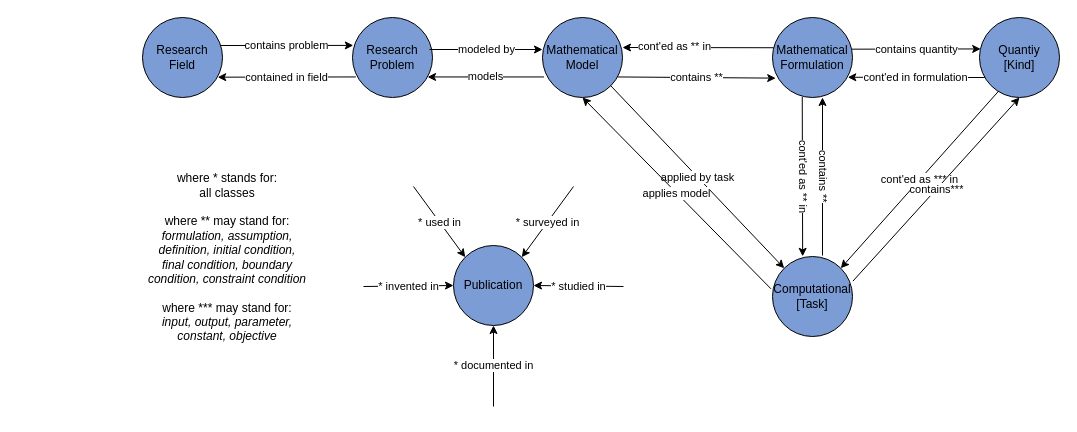
Before: docs/customSections/images/MathModDB.drawio in MaRDI4NFDI/MathModDB, a draw.io diagram. Source tidied: cells renumbered, new cells numbered last; positions are measured from the earlier drawing's top-left corner, leaving out a move shared by most shapes. Both pictures are drawn from the tidied source at 100%, with x=0, y=0 at pixel (62, 17).
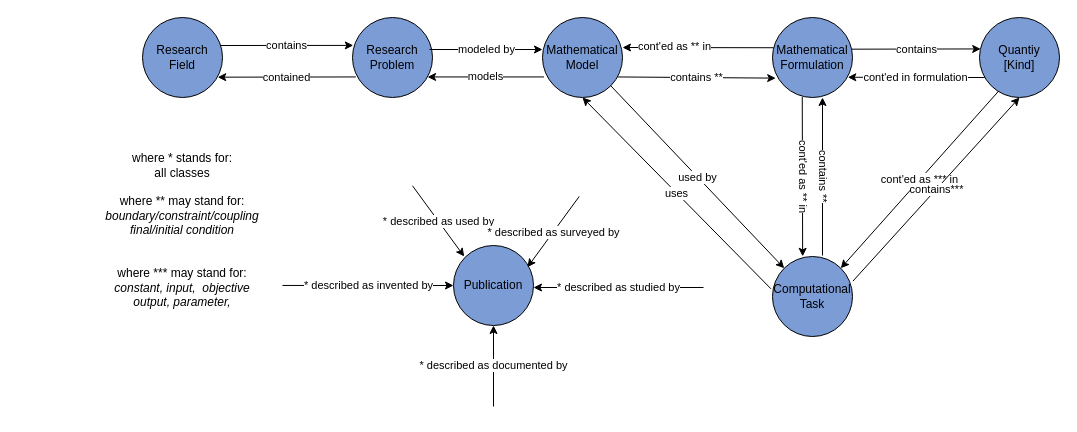
The same diagram, later.

Unchanged cells that the change refers to:
```xml
<mxCell id="2" value="Research&lt;br&gt;&lt;div&gt;Field&lt;/div&gt;" style="ellipse;whiteSpace=wrap;html=1;fillColor=#7c9cd6;" parent="1" vertex="1">
  <mxGeometry x="80" width="80" height="80" as="geometry" />
</mxCell>
<mxCell id="3" value="Research&lt;br&gt;&lt;div&gt;Problem&lt;/div&gt;" style="ellipse;whiteSpace=wrap;html=1;fillColor=#7c9cd6;" parent="1" vertex="1">
  <mxGeometry x="290" width="80" height="80" as="geometry" />
</mxCell>
<mxCell id="4" value="Mathematical&lt;br&gt;Model" style="ellipse;whiteSpace=wrap;html=1;fillColor=#7c9cd6;" parent="1" vertex="1">
  <mxGeometry x="480" width="80" height="80" as="geometry" />
</mxCell>
<mxCell id="5" value="Mathematical&lt;br&gt;Formulation" style="ellipse;whiteSpace=wrap;html=1;fillColor=#7c9cd6;" parent="1" vertex="1">
  <mxGeometry x="710" width="80" height="80" as="geometry" />
</mxCell>
<mxCell id="6" value="Quantiy&lt;br&gt;[Kind]" style="ellipse;whiteSpace=wrap;html=1;fillColor=#7c9cd6;" parent="1" vertex="1">
  <mxGeometry x="917" width="80" height="80" as="geometry" />
</mxCell>
<mxCell id="22" value="Publication" style="ellipse;whiteSpace=wrap;html=1;fillColor=#7c9cd6;" parent="1" vertex="1">
  <mxGeometry x="391" y="228" width="80" height="80" as="geometry" />
</mxCell>
```

Diff of the diagram source:
```diff
@@
-    <mxCell id="7" value="Computational&lt;br&gt;[Task]" style="ellipse;whiteSpace=wrap;html=1;fillColor=#7c9cd6;" parent="1" vertex="1">
+    <mxCell id="7" value="Computational&lt;br&gt;Task" style="ellipse;whiteSpace=wrap;html=1;fillColor=#7c9cd6;" parent="1" vertex="1">
       <mxGeometry x="710" y="239" width="80" height="80" as="geometry" />
     </mxCell>
-    <mxCell id="8" value="contains problem" style="endArrow=classic;html=1;rounded=0;entryX=0.01;entryY=0.349;entryDx=0;entryDy=0;entryPerimeter=0;" parent="1" edge="1" target="3">
+    <mxCell id="8" value="contains" style="endArrow=classic;html=1;rounded=0;entryX=0.01;entryY=0.349;entryDx=0;entryDy=0;entryPerimeter=0;" parent="1" edge="1" target="3">
       <mxGeometry relative="1" as="geometry">
         <mxPoint x="158" y="28" as="sourcePoint" />
       </mxGeometry>
     </mxCell>
-    <mxCell id="9" value="contained in field" style="endArrow=classic;html=1;rounded=0;exitX=0.042;exitY=0.743;exitDx=0;exitDy=0;exitPerimeter=0;entryX=0.94;entryY=0.746;entryDx=0;entryDy=0;entryPerimeter=0;" parent="1" edge="1" source="3" target="2">
+    <mxCell id="9" value="contained" style="endArrow=classic;html=1;rounded=0;exitX=0.042;exitY=0.743;exitDx=0;exitDy=0;exitPerimeter=0;entryX=0.94;entryY=0.746;entryDx=0;entryDy=0;entryPerimeter=0;" parent="1" edge="1" source="3" target="2">
       <mxGeometry relative="1" as="geometry" />
     </mxCell>
@@
-    <mxCell id="14" value="contains quantity" style="endArrow=classic;html=1;rounded=0;exitX=0.99;exitY=0.396;exitDx=0;exitDy=0;exitPerimeter=0;entryX=0.015;entryY=0.393;entryDx=0;entryDy=0;entryPerimeter=0;" parent="1" edge="1" source="5" target="6">
-      <mxGeometry relative="1" as="geometry" />
+    <mxCell id="14" value="contains" style="endArrow=classic;html=1;rounded=0;exitX=0.99;exitY=0.396;exitDx=0;exitDy=0;exitPerimeter=0;entryX=0.015;entryY=0.393;entryDx=0;entryDy=0;entryPerimeter=0;" parent="1" edge="1" source="5" target="6">
+      <mxGeometry x="0.01" relative="1" as="geometry" />
     </mxCell>
@@
-    <mxCell id="16" value="applied by task" style="endArrow=classic;html=1;rounded=0;exitX=1;exitY=1;exitDx=0;exitDy=0;entryX=0;entryY=0;entryDx=0;entryDy=0;" parent="1" edge="1" source="4" target="7">
+    <mxCell id="16" value="used by" style="endArrow=classic;html=1;rounded=0;exitX=1;exitY=1;exitDx=0;exitDy=0;entryX=0;entryY=0;entryDx=0;entryDy=0;" parent="1" edge="1" source="4" target="7">
       <mxGeometry relative="1" as="geometry" />
     </mxCell>
-    <mxCell id="17" value="applies model" style="endArrow=classic;html=1;rounded=0;exitX=-0.019;exitY=0.404;exitDx=0;exitDy=0;exitPerimeter=0;entryX=0.5;entryY=1;entryDx=0;entryDy=0;" parent="1" edge="1" source="7" target="4">
+    <mxCell id="17" value="uses" style="endArrow=classic;html=1;rounded=0;exitX=-0.019;exitY=0.404;exitDx=0;exitDy=0;exitPerimeter=0;entryX=0.5;entryY=1;entryDx=0;entryDy=0;" parent="1" edge="1" source="7" target="4">
       <mxGeometry relative="1" as="geometry" />
     </mxCell>
@@
-    <mxCell id="23" value="* used in" style="endArrow=classic;html=1;rounded=0;entryX=0;entryY=0;entryDx=0;entryDy=0;" parent="1" edge="1" target="22">
+    <mxCell id="23" value="* described as used by" style="endArrow=classic;html=1;rounded=0;entryX=0;entryY=0;entryDx=0;entryDy=0;" parent="1" edge="1">
       <mxGeometry relative="1" as="geometry">
-        <mxPoint x="351" y="169" as="sourcePoint" />
+        <mxPoint x="350" y="168.3" as="sourcePoint" />
+        <mxPoint x="401.7" y="239" as="targetPoint" />
       </mxGeometry>
     </mxCell>
-    <mxCell id="24" value="* studied in" style="endArrow=classic;html=1;rounded=0;entryX=1;entryY=0.5;entryDx=0;entryDy=0;" parent="1" edge="1" target="22">
+    <mxCell id="24" value="* described as studied by" style="endArrow=classic;html=1;rounded=0;entryX=1;entryY=0.5;entryDx=0;entryDy=0;" parent="1" edge="1">
       <mxGeometry relative="1" as="geometry">
-        <mxPoint x="561" y="269" as="sourcePoint" />
+        <mxPoint x="641" y="270" as="sourcePoint" />
+        <mxPoint x="471" y="270" as="targetPoint" />
       </mxGeometry>
     </mxCell>
-    <mxCell id="25" value="* documented in" style="endArrow=classic;html=1;rounded=0;entryX=0.5;entryY=1;entryDx=0;entryDy=0;" parent="1" edge="1" target="22">
+    <mxCell id="25" value="* described as documented by" style="endArrow=classic;html=1;rounded=0;entryX=0.5;entryY=1;entryDx=0;entryDy=0;" parent="1" edge="1" target="22">
       <mxGeometry relative="1" as="geometry">
         <mxPoint x="431" y="389" as="sourcePoint" />
       </mxGeometry>
     </mxCell>
-    <mxCell id="26" value="* invented in" style="endArrow=classic;html=1;rounded=0;entryX=0;entryY=0.5;entryDx=0;entryDy=0;" parent="1" edge="1" target="22">
-      <mxGeometry relative="1" as="geometry">
-        <mxPoint x="301" y="269" as="sourcePoint" />
-      </mxGeometry>
+    <mxCell id="26" value="* described as invented by" style="endArrow=classic;html=1;rounded=0;entryX=0;entryY=0.5;entryDx=0;entryDy=0;exitX=0.803;exitY=0.718;exitDx=0;exitDy=0;exitPerimeter=0;" parent="1" edge="1" source="28" target="22">
+      <mxGeometry relative="1" as="geometry" />
     </mxCell>
-    <mxCell id="27" value="* surveyed in" style="endArrow=classic;html=1;rounded=0;entryX=1;entryY=0;entryDx=0;entryDy=0;" parent="1" edge="1" target="22">
+    <mxCell id="27" value="* described as surveyed by" style="endArrow=classic;html=1;rounded=0;entryX=1;entryY=0;entryDx=0;entryDy=0;" parent="1" edge="1">
       <mxGeometry relative="1" as="geometry">
-        <mxPoint x="511" y="169" as="sourcePoint" />
+        <mxPoint x="516.7" y="179" as="sourcePoint" />
+        <mxPoint x="465" y="249.7" as="targetPoint" />
       </mxGeometry>
     </mxCell>
-    <mxCell id="28" value="where * stands for:&lt;br&gt;&lt;div&gt;all classes&lt;/div&gt;&lt;div&gt;&lt;br&gt;&lt;/div&gt;where ** may stand for:&lt;br&gt;&lt;i&gt;formulation, assumption,&lt;br&gt;definition, initial condition,&lt;br&gt;final condition, boundary&lt;br&gt;condition, constraint condition&lt;br&gt;&lt;/i&gt;&lt;div&gt;&lt;br&gt;&lt;/div&gt;&lt;div&gt;where *** may stand for:&lt;/div&gt;&lt;i&gt;input, output, parameter,&lt;br&gt;constant, objective&lt;br&gt;&lt;/i&gt;" style="text;html=1;align=center;verticalAlign=middle;whiteSpace=wrap;rounded=0;" parent="1" vertex="1">
-      <mxGeometry y="130" width="330" height="220" as="geometry" />
+    <mxCell id="28" value="where * stands for:&lt;br&gt;&lt;div&gt;all classes&lt;/div&gt;&lt;div&gt;&lt;br&gt;&lt;/div&gt;where ** may stand for:&lt;br&gt;&lt;i&gt;boundary/&lt;/i&gt;&lt;i&gt;constraint/coupling&lt;br&gt;&lt;/i&gt;&lt;i&gt;final/&lt;/i&gt;&lt;i style=&quot;background-color: transparent; color: light-dark(rgb(0, 0, 0), rgb(255, 255, 255));&quot;&gt;initial&amp;nbsp;&lt;/i&gt;&lt;i style=&quot;background-color: transparent; color: light-dark(rgb(0, 0, 0), rgb(255, 255, 255));&quot;&gt;condition&lt;/i&gt;&lt;div&gt;&lt;div&gt;&lt;i&gt;&lt;br&gt;&lt;/i&gt;&lt;div&gt;&lt;br&gt;&lt;/div&gt;&lt;div&gt;where *** may stand for:&lt;/div&gt;&lt;i&gt;constant,&amp;nbsp;&lt;/i&gt;&lt;i&gt;input,&amp;nbsp;&lt;/i&gt;&lt;i style=&quot;background-color: transparent; color: light-dark(rgb(0, 0, 0), rgb(255, 255, 255));&quot;&gt;&amp;nbsp;objective&lt;/i&gt;&lt;/div&gt;&lt;div&gt;&lt;i style=&quot;background-color: transparent; color: light-dark(rgb(0, 0, 0), rgb(255, 255, 255));&quot;&gt;output, parameter,&lt;/i&gt;&lt;/div&gt;&lt;div&gt;&lt;i&gt;&lt;br&gt;&lt;/i&gt;&lt;/div&gt;&lt;/div&gt;" style="text;html=1;align=center;verticalAlign=middle;whiteSpace=wrap;rounded=0;" parent="1" vertex="1">
+      <mxGeometry x="-45" y="110" width="330" height="220" as="geometry" />
     </mxCell>
```
